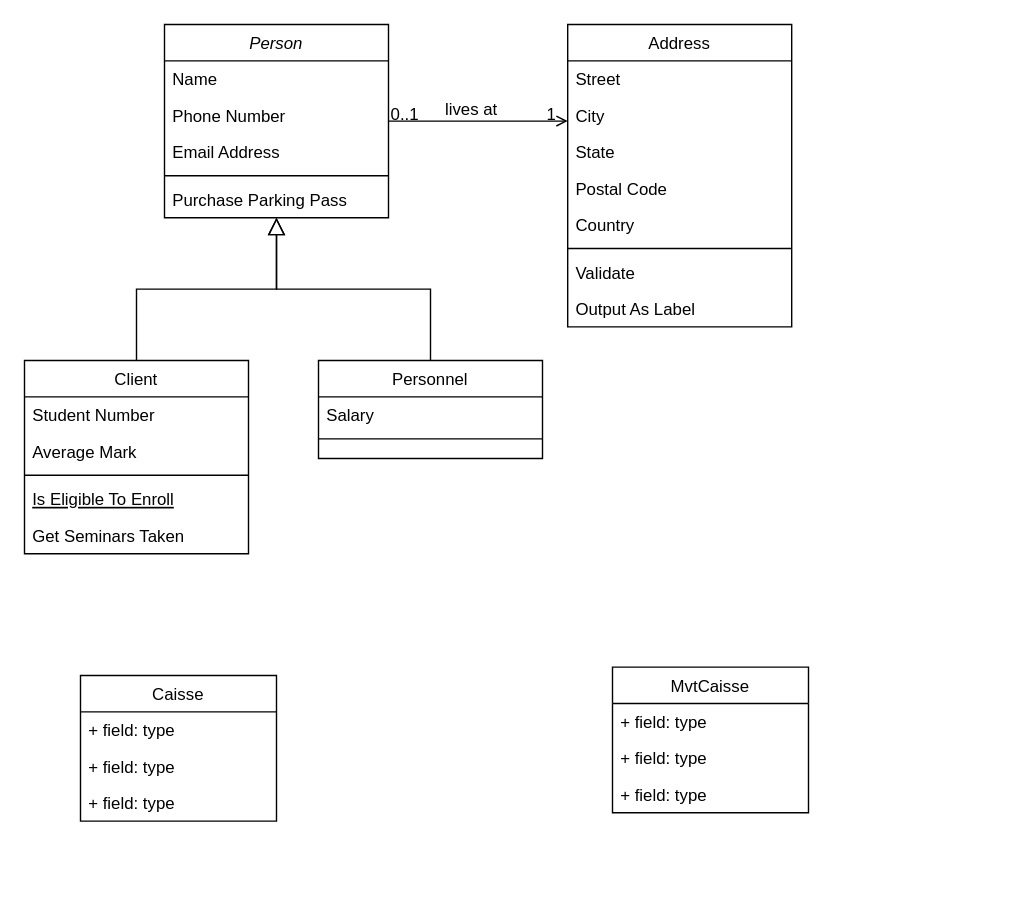
The draw.io diagram Untitled Diagram.drawio in walid2406/Gestion_de_caisse, before the edit. Source tidied: cells renumbered, new cells numbered last; positions are measured from the earlier drawing's top-left corner, leaving out a move shared by most shapes. Both pictures are drawn from the tidied source at 140%, with x=0, y=0 at pixel (24, 24).
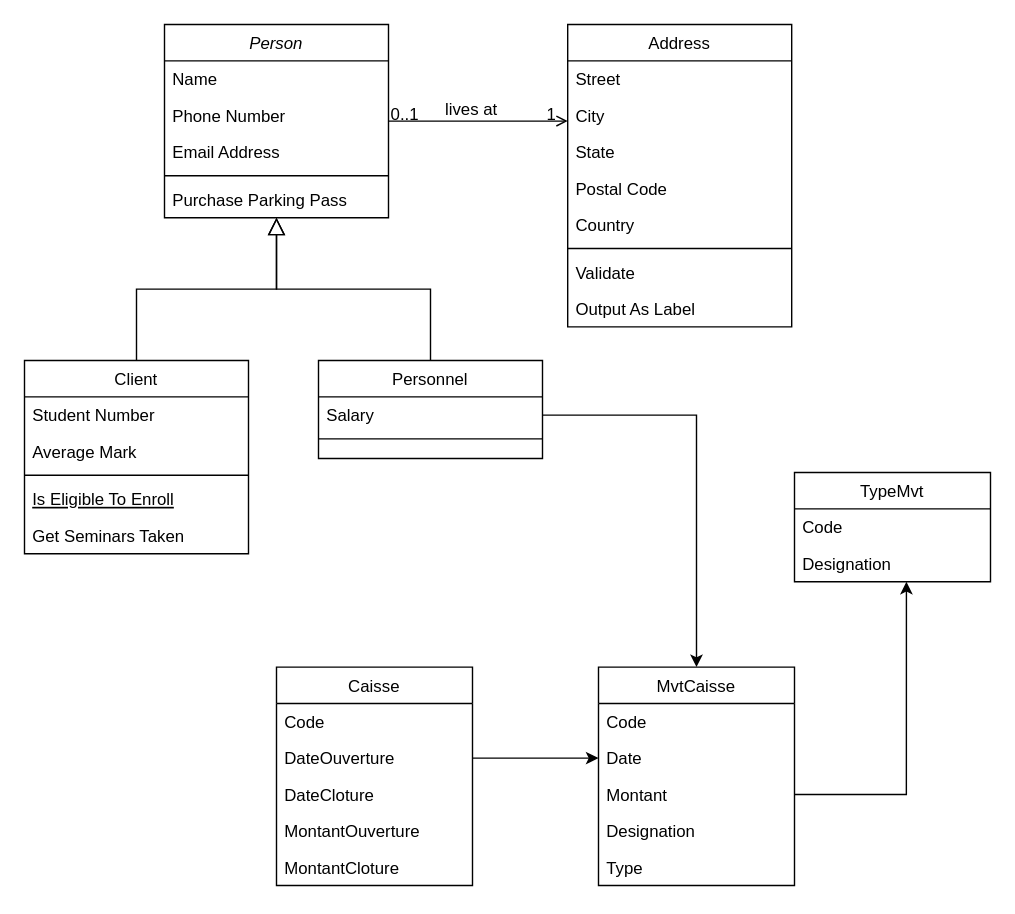
The same diagram, later.

Unchanged cells that the change refers to:
```xml
<mxCell id="16" value="Salary" style="text;align=left;verticalAlign=top;spacingLeft=4;spacingRight=4;overflow=hidden;points=[[0,0.5],[1,0.5]];portConstraint=eastwest;" parent="15" vertex="1">
  <mxGeometry y="26" width="160" height="26" as="geometry" />
</mxCell>
```

What changed in the source:
```diff
@@
     <mxCell id="32" value="Caisse" style="swimlane;fontStyle=0;horizontal=1;startSize=26;fillColor=none;" parent="1" vertex="1">
-      <mxGeometry x="40" y="465" width="140" height="104" as="geometry" />
+      <mxGeometry x="180" y="459" width="140" height="156" as="geometry" />
     </mxCell>
-    <mxCell id="33" value="+ field: type" style="text;strokeColor=none;fillColor=none;align=left;verticalAlign=top;spacingLeft=4;spacingRight=4;overflow=hidden;" parent="32" vertex="1">
+    <mxCell id="33" value="Code&#10;" style="text;strokeColor=none;fillColor=none;align=left;verticalAlign=top;spacingLeft=4;spacingRight=4;overflow=hidden;" parent="32" vertex="1">
       <mxGeometry y="26" width="140" height="26" as="geometry" />
     </mxCell>
-    <mxCell id="34" value="+ field: type" style="text;strokeColor=none;fillColor=none;align=left;verticalAlign=top;spacingLeft=4;spacingRight=4;overflow=hidden;points=[[0,0.5],[1,0.5]];portConstraint=eastwest;" parent="32" vertex="1">
+    <mxCell id="34" value="DateOuverture" style="text;strokeColor=none;fillColor=none;align=left;verticalAlign=top;spacingLeft=4;spacingRight=4;overflow=hidden;points=[[0,0.5],[1,0.5]];portConstraint=eastwest;" parent="32" vertex="1">
       <mxGeometry y="52" width="140" height="26" as="geometry" />
     </mxCell>
+    <mxCell id="40" value="DateCloture" style="text;strokeColor=none;fillColor=none;align=left;verticalAlign=top;spacingLeft=4;spacingRight=4;overflow=hidden;" parent="32" vertex="1">
+      <mxGeometry y="78" width="140" height="26" as="geometry" />
+    </mxCell>
+    <mxCell id="41" value="MontantOuverture" style="text;strokeColor=none;fillColor=none;align=left;verticalAlign=top;spacingLeft=4;spacingRight=4;overflow=hidden;" parent="32" vertex="1">
+      <mxGeometry y="104" width="140" height="26" as="geometry" />
+    </mxCell>
-    <mxCell id="35" value="+ field: type" style="text;strokeColor=none;fillColor=none;align=left;verticalAlign=top;spacingLeft=4;spacingRight=4;overflow=hidden;" parent="32" vertex="1">
-      <mxGeometry y="78" width="140" height="26" as="geometry" />
+    <mxCell id="35" value="MontantCloture" style="text;strokeColor=none;fillColor=none;align=left;verticalAlign=top;spacingLeft=4;spacingRight=4;overflow=hidden;" parent="32" vertex="1">
+      <mxGeometry y="130" width="140" height="26" as="geometry" />
     </mxCell>
     <mxCell id="36" value="MvtCaisse" style="swimlane;fontStyle=0;horizontal=1;startSize=26;fillColor=none;" parent="1" vertex="1">
-      <mxGeometry x="420" y="459" width="140" height="104" as="geometry" />
+      <mxGeometry x="410" y="459" width="140" height="156" as="geometry" />
     </mxCell>
-    <mxCell id="37" value="+ field: type" style="text;strokeColor=none;fillColor=none;align=left;verticalAlign=top;spacingLeft=4;spacingRight=4;overflow=hidden;" parent="36" vertex="1">
+    <mxCell id="37" value="Code" style="text;strokeColor=none;fillColor=none;align=left;verticalAlign=top;spacingLeft=4;spacingRight=4;overflow=hidden;" parent="36" vertex="1">
       <mxGeometry y="26" width="140" height="26" as="geometry" />
     </mxCell>
-    <mxCell id="38" value="+ field: type" style="text;strokeColor=none;fillColor=none;align=left;verticalAlign=top;spacingLeft=4;spacingRight=4;overflow=hidden;points=[[0,0.5],[1,0.5]];portConstraint=eastwest;" parent="36" vertex="1">
+    <mxCell id="38" value="Date" style="text;strokeColor=none;fillColor=none;align=left;verticalAlign=top;spacingLeft=4;spacingRight=4;overflow=hidden;points=[[0,0.5],[1,0.5]];portConstraint=eastwest;" parent="36" vertex="1">
       <mxGeometry y="52" width="140" height="26" as="geometry" />
     </mxCell>
+    <mxCell id="42" value="Montant" style="text;strokeColor=none;fillColor=none;align=left;verticalAlign=top;spacingLeft=4;spacingRight=4;overflow=hidden;points=[[0,0.5],[1,0.5]];portConstraint=eastwest;" parent="36" vertex="1">
+      <mxGeometry y="78" width="140" height="26" as="geometry" />
+    </mxCell>
-    <mxCell id="39" value="+ field: type" style="text;strokeColor=none;fillColor=none;align=left;verticalAlign=top;spacingLeft=4;spacingRight=4;overflow=hidden;" parent="36" vertex="1">
-      <mxGeometry y="78" width="140" height="26" as="geometry" />
+    <mxCell id="39" value="Designation" style="text;strokeColor=none;fillColor=none;align=left;verticalAlign=top;spacingLeft=4;spacingRight=4;overflow=hidden;" parent="36" vertex="1">
+      <mxGeometry y="104" width="140" height="26" as="geometry" />
     </mxCell>
+    <mxCell id="43" value="Type" style="text;strokeColor=none;fillColor=none;align=left;verticalAlign=top;spacingLeft=4;spacingRight=4;overflow=hidden;" parent="36" vertex="1">
+      <mxGeometry y="130" width="140" height="26" as="geometry" />
+    </mxCell>
+    <mxCell id="44" style="edgeStyle=orthogonalEdgeStyle;rounded=0;jettySize=auto;html=1;" parent="1" edge="1" source="16" target="36">
+      <mxGeometry relative="1" as="geometry" />
+    </mxCell>
+    <mxCell id="45" value="TypeMvt" style="swimlane;fontStyle=0;horizontal=1;startSize=26;fillColor=none;" parent="1" vertex="1">
+      <mxGeometry x="550" y="320" width="140" height="78" as="geometry" />
+    </mxCell>
+    <mxCell id="46" value="Code" style="text;strokeColor=none;fillColor=none;align=left;verticalAlign=top;spacingLeft=4;spacingRight=4;overflow=hidden;" parent="45" vertex="1">
+      <mxGeometry y="26" width="140" height="26" as="geometry" />
+    </mxCell>
+    <mxCell id="47" value="Designation" style="text;strokeColor=none;fillColor=none;align=left;verticalAlign=top;spacingLeft=4;spacingRight=4;overflow=hidden;points=[[0,0.5],[1,0.5]];portConstraint=eastwest;" parent="45" vertex="1">
+      <mxGeometry y="52" width="140" height="26" as="geometry" />
+    </mxCell>
+    <mxCell id="48" style="edgeStyle=orthogonalEdgeStyle;rounded=0;jettySize=auto;html=1;entryX=0.571;entryY=1;entryDx=0;entryDy=0;entryPerimeter=0;" parent="1" edge="1" source="42" target="47">
+      <mxGeometry relative="1" as="geometry" />
+    </mxCell>
+    <mxCell id="49" style="edgeStyle=orthogonalEdgeStyle;rounded=0;jettySize=auto;html=1;entryX=0;entryY=0.5;entryDx=0;entryDy=0;" parent="1" edge="1" source="34" target="38">
+      <mxGeometry relative="1" as="geometry" />
+    </mxCell>
```
